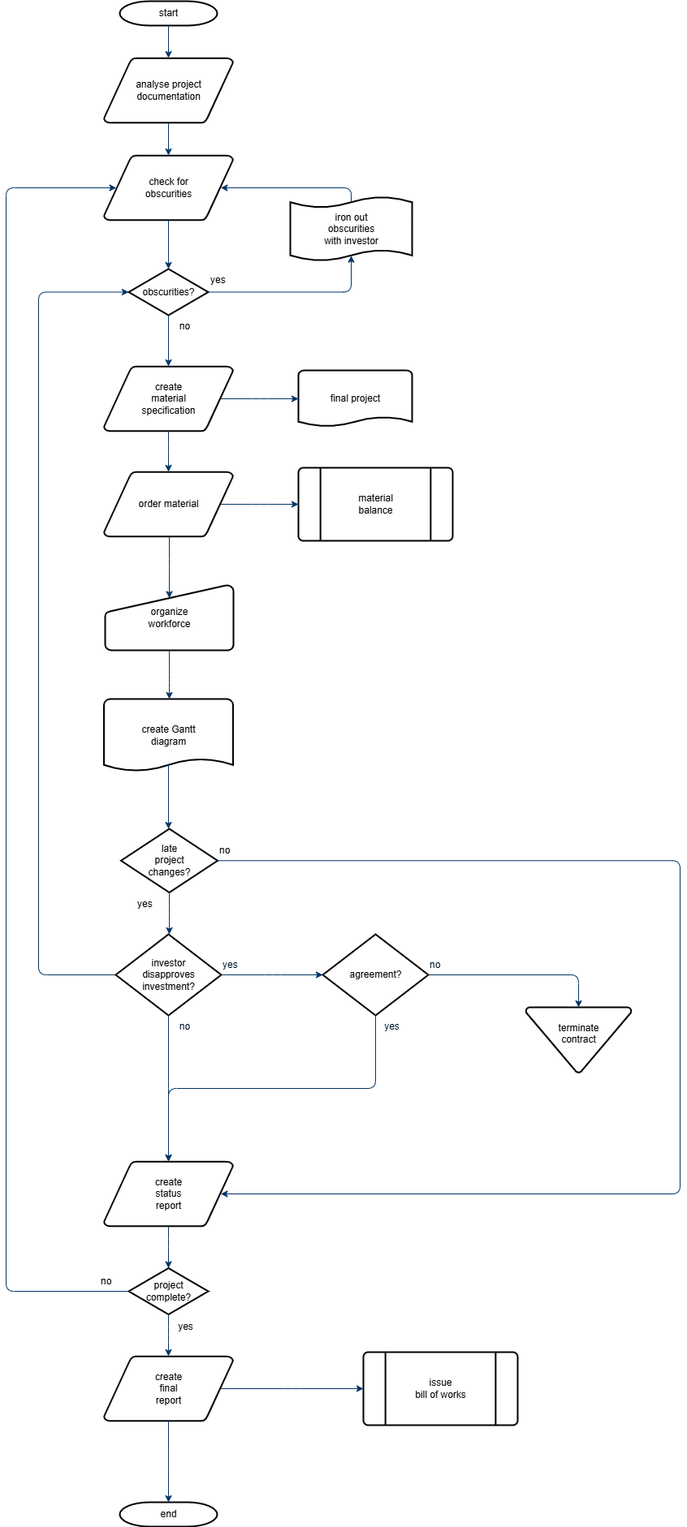
This is lcd_init.png from maple-m117/bysj_etc., a draw.io export, as it was before one commit. Source tidied: cells renumbered, new cells last; positions are measured from the earlier drawing's top-left corner, leaving out a move shared by most shapes. Source of this version:
```xml
<mxGraphModel>
  <root>
    <mxCell id="0" />
    <mxCell id="1" parent="0" />
    <mxCell id="2" value="start" style="shape=mxgraph.flowchart.terminator;strokeWidth=2;gradientColor=none;gradientDirection=north;fontStyle=0;html=1;" parent="1" vertex="1">
      <mxGeometry x="140" width="120" height="30" as="geometry" />
    </mxCell>
    <mxCell id="3" value="analyse project&#10; documentation" style="shape=mxgraph.flowchart.data;strokeWidth=2;gradientColor=none;gradientDirection=north;fontStyle=0;html=1;" parent="1" vertex="1">
      <mxGeometry x="120.5" y="70" width="159" height="80" as="geometry" />
    </mxCell>
    <mxCell id="4" value="create&#10;material&#10;specification" style="shape=mxgraph.flowchart.data;strokeWidth=2;gradientColor=none;gradientDirection=north;fontStyle=0;html=1;" parent="1" vertex="1">
      <mxGeometry x="120.5" y="450" width="159" height="80" as="geometry" />
    </mxCell>
    <mxCell id="5" value="check for&#10;obscurities" style="shape=mxgraph.flowchart.data;strokeWidth=2;gradientColor=none;gradientDirection=north;fontStyle=0;html=1;" parent="1" vertex="1">
      <mxGeometry x="120.5" y="190" width="159" height="80" as="geometry" />
    </mxCell>
    <mxCell id="6" value="obscurities?" style="shape=mxgraph.flowchart.decision;strokeWidth=2;gradientColor=none;gradientDirection=north;fontStyle=0;html=1;" parent="1" vertex="1">
      <mxGeometry x="151" y="330" width="98" height="57" as="geometry" />
    </mxCell>
    <mxCell id="7" style="fontStyle=1;strokeColor=#003366;strokeWidth=1;html=1;" parent="1" edge="1" source="2" target="3">
      <mxGeometry relative="1" as="geometry" />
    </mxCell>
    <mxCell id="8" style="fontStyle=1;strokeColor=#003366;strokeWidth=1;html=1;" parent="1" edge="1" source="3" target="5">
      <mxGeometry relative="1" as="geometry" />
    </mxCell>
    <mxCell id="9" style="entryX=0.5;entryY=0;entryPerimeter=0;fontStyle=1;strokeColor=#003366;strokeWidth=1;html=1;" parent="1" edge="1" source="5" target="6">
      <mxGeometry relative="1" as="geometry" />
    </mxCell>
    <mxCell id="10" style="edgeStyle=elbowEdgeStyle;elbow=horizontal;entryX=0.5;entryY=0.91;entryPerimeter=0;exitX=1;exitY=0.5;exitPerimeter=0;fontStyle=1;strokeColor=#003366;strokeWidth=1;html=1;" parent="1" edge="1" source="6" target="51">
      <mxGeometry x="381" y="28.5" as="geometry">
        <Array as="points">
          <mxPoint x="425" y="340" />
        </Array>
      </mxGeometry>
    </mxCell>
    <mxCell id="11" value="yes" style="text;fontStyle=0;html=1;strokeColor=none;gradientColor=none;fillColor=none;strokeWidth=2;" parent="1" vertex="1">
      <mxGeometry x="250" y="330" width="40" height="26" as="geometry" />
    </mxCell>
    <mxCell id="12" style="edgeStyle=elbowEdgeStyle;elbow=horizontal;fontColor=#001933;fontStyle=1;strokeColor=#003366;strokeWidth=1;html=1;" parent="1" edge="1" source="6" target="4">
      <mxGeometry as="geometry" />
    </mxCell>
    <mxCell id="13" value="order material" style="shape=mxgraph.flowchart.data;strokeWidth=2;gradientColor=none;gradientDirection=north;fontStyle=0;html=1;" parent="1" vertex="1">
      <mxGeometry x="120.5" y="580" width="159" height="80" as="geometry" />
    </mxCell>
    <mxCell id="14" value="no" style="text;fontStyle=0;html=1;strokeColor=none;gradientColor=none;fillColor=none;strokeWidth=2;align=center;" parent="1" vertex="1">
      <mxGeometry x="200" y="387" width="40" height="26" as="geometry" />
    </mxCell>
    <mxCell id="15" value="final project" style="shape=mxgraph.flowchart.document;strokeWidth=2;gradientColor=none;gradientDirection=north;fontStyle=0;html=1;" parent="1" vertex="1">
      <mxGeometry x="360" y="455" width="140" height="70" as="geometry" />
    </mxCell>
    <mxCell id="16" style="edgeStyle=elbowEdgeStyle;elbow=horizontal;exitX=0.905;exitY=0.5;exitPerimeter=0;fontStyle=1;strokeColor=#003366;strokeWidth=1;html=1;" parent="1" edge="1" source="4" target="15">
      <mxGeometry as="geometry" />
    </mxCell>
    <mxCell id="17" style="edgeStyle=elbowEdgeStyle;elbow=horizontal;fontStyle=1;strokeColor=#003366;strokeWidth=1;html=1;" parent="1" edge="1" source="4" target="13">
      <mxGeometry as="geometry" />
    </mxCell>
    <mxCell id="18" value="material&#10;balance" style="shape=mxgraph.flowchart.predefined_process;strokeWidth=2;gradientColor=none;gradientDirection=north;fontStyle=0;html=1;" parent="1" vertex="1">
      <mxGeometry x="360" y="575" width="190" height="90" as="geometry" />
    </mxCell>
    <mxCell id="19" style="edgeStyle=elbowEdgeStyle;elbow=horizontal;exitX=0.905;exitY=0.5;exitPerimeter=0;fontStyle=1;strokeColor=#003366;strokeWidth=1;html=1;" parent="1" edge="1" source="13" target="18">
      <mxGeometry as="geometry" />
    </mxCell>
    <mxCell id="20" value="organize &#10;workforce" style="shape=mxgraph.flowchart.manual_input;strokeWidth=2;gradientColor=none;gradientDirection=north;fontStyle=0;html=1;" parent="1" vertex="1">
      <mxGeometry x="122" y="720" width="158" height="80" as="geometry" />
    </mxCell>
    <mxCell id="21" style="edgeStyle=elbowEdgeStyle;elbow=horizontal;entryX=0.5;entryY=0.195;entryPerimeter=0;fontStyle=1;strokeColor=#003366;strokeWidth=1;html=1;" parent="1" edge="1" source="13" target="20">
      <mxGeometry as="geometry" />
    </mxCell>
    <mxCell id="22" value="create Gantt&#10;diagram" style="shape=mxgraph.flowchart.document;strokeWidth=2;gradientColor=none;gradientDirection=north;fontStyle=0;html=1;" parent="1" vertex="1">
      <mxGeometry x="120.5" y="860" width="159" height="90" as="geometry" />
    </mxCell>
    <mxCell id="23" style="edgeStyle=elbowEdgeStyle;elbow=horizontal;exitX=0.5;exitY=1;exitPerimeter=0;fontStyle=1;strokeColor=#003366;strokeWidth=1;html=1;" parent="1" edge="1" source="20" target="22">
      <mxGeometry as="geometry" />
    </mxCell>
    <mxCell id="24" value="late&#10;project&#10;changes?" style="shape=mxgraph.flowchart.decision;strokeWidth=2;gradientColor=none;gradientDirection=north;fontStyle=0;html=1;" parent="1" vertex="1">
      <mxGeometry x="141.5" y="1020" width="119" height="78.5" as="geometry" />
    </mxCell>
    <mxCell id="25" style="edgeStyle=elbowEdgeStyle;elbow=horizontal;exitX=0.5;exitY=0.9;exitPerimeter=0;fontStyle=1;strokeColor=#003366;strokeWidth=1;html=1;" parent="1" edge="1" source="22" target="24">
      <mxGeometry as="geometry" />
    </mxCell>
    <mxCell id="26" style="edgeStyle=elbowEdgeStyle;elbow=horizontal;exitX=0;exitY=0.5;exitPerimeter=0;entryX=0;entryY=0.5;entryPerimeter=0;fontStyle=1;strokeColor=#003366;strokeWidth=1;html=1;" parent="1" edge="1" source="28" target="6">
      <mxGeometry as="geometry">
        <Array as="points">
          <mxPoint x="40" y="790" />
        </Array>
      </mxGeometry>
    </mxCell>
    <mxCell id="27" value="yes" style="text;fontStyle=0;html=1;strokeColor=none;gradientColor=none;fillColor=none;strokeWidth=2;" parent="1" vertex="1">
      <mxGeometry x="160" y="1098.5" width="40" height="26" as="geometry" />
    </mxCell>
    <mxCell id="28" value="investor&#10;disapproves&#10; investment?" style="shape=mxgraph.flowchart.decision;strokeWidth=2;gradientColor=none;gradientDirection=north;fontStyle=0;html=1;" parent="1" vertex="1">
      <mxGeometry x="135" y="1150" width="130" height="100" as="geometry" />
    </mxCell>
    <mxCell id="29" value="agreement?" style="shape=mxgraph.flowchart.decision;strokeWidth=2;gradientColor=none;gradientDirection=north;fontStyle=0;html=1;" parent="1" vertex="1">
      <mxGeometry x="390" y="1150" width="130" height="100" as="geometry" />
    </mxCell>
    <mxCell id="30" style="edgeStyle=elbowEdgeStyle;elbow=horizontal;exitX=0.5;exitY=1;exitPerimeter=0;fontStyle=1;strokeColor=#003366;strokeWidth=1;html=1;" parent="1" edge="1" source="24" target="28">
      <mxGeometry as="geometry" />
    </mxCell>
    <mxCell id="31" style="edgeStyle=elbowEdgeStyle;elbow=horizontal;exitX=1;exitY=0.5;exitPerimeter=0;entryX=0;entryY=0.5;entryPerimeter=0;fontStyle=1;strokeColor=#003366;strokeWidth=1;html=1;" parent="1" edge="1" source="28" target="29">
      <mxGeometry as="geometry" />
    </mxCell>
    <mxCell id="32" value="terminate&#10;contract&#10;" style="shape=mxgraph.flowchart.merge_or_storage;strokeWidth=2;gradientColor=none;gradientDirection=north;fontStyle=0;html=1;" parent="1" vertex="1">
      <mxGeometry x="640" y="1240" width="130" height="80.5" as="geometry" />
    </mxCell>
    <mxCell id="33" style="edgeStyle=elbowEdgeStyle;elbow=vertical;exitX=1;exitY=0.5;exitPerimeter=0;entryX=0.5;entryY=0;entryPerimeter=0;fontStyle=1;strokeColor=#003366;strokeWidth=1;html=1;" parent="1" edge="1" source="29" target="32">
      <mxGeometry as="geometry">
        <Array as="points">
          <mxPoint x="620" y="1200" />
        </Array>
      </mxGeometry>
    </mxCell>
    <mxCell id="34" value="create&#10;status&#10;report" style="shape=mxgraph.flowchart.data;strokeWidth=2;gradientColor=none;gradientDirection=north;fontStyle=0;html=1;" parent="1" vertex="1">
      <mxGeometry x="120.5" y="1430" width="159" height="80" as="geometry" />
    </mxCell>
    <mxCell id="35" style="edgeStyle=elbowEdgeStyle;elbow=vertical;exitX=0.5;exitY=1;exitPerimeter=0;fontColor=#001933;fontStyle=1;strokeColor=#003366;strokeWidth=1;html=1;" parent="1" edge="1" source="28" target="34">
      <mxGeometry as="geometry" />
    </mxCell>
    <mxCell id="36" style="edgeStyle=elbowEdgeStyle;elbow=vertical;exitX=0.5;exitY=1;exitPerimeter=0;entryX=0.5;entryY=0;entryPerimeter=0;fontStyle=1;strokeColor=#003366;strokeWidth=1;html=1;" parent="1" edge="1" source="29" target="34">
      <mxGeometry as="geometry" />
    </mxCell>
    <mxCell id="37" value="project&#10;complete?" style="shape=mxgraph.flowchart.decision;strokeWidth=2;gradientColor=none;gradientDirection=north;fontStyle=0;html=1;" parent="1" vertex="1">
      <mxGeometry x="151" y="1561.5" width="98" height="57" as="geometry" />
    </mxCell>
    <mxCell id="38" value="create&#10;final&#10;report" style="shape=mxgraph.flowchart.data;strokeWidth=2;gradientColor=none;gradientDirection=north;fontStyle=0;html=1;" parent="1" vertex="1">
      <mxGeometry x="120.5" y="1670" width="159" height="80" as="geometry" />
    </mxCell>
    <mxCell id="39" value="issue&#10;bill of works" style="shape=mxgraph.flowchart.predefined_process;strokeWidth=2;gradientColor=none;gradientDirection=north;fontStyle=0;html=1;" parent="1" vertex="1">
      <mxGeometry x="440" y="1665" width="190" height="90" as="geometry" />
    </mxCell>
    <mxCell id="40" value="end" style="shape=mxgraph.flowchart.terminator;strokeWidth=2;gradientColor=none;gradientDirection=north;fontStyle=0;html=1;" parent="1" vertex="1">
      <mxGeometry x="140" y="1850" width="120" height="30" as="geometry" />
    </mxCell>
    <mxCell id="41" style="edgeStyle=elbowEdgeStyle;elbow=vertical;exitX=0.5;exitY=1;exitPerimeter=0;entryX=0.5;entryY=0;entryPerimeter=0;fontStyle=1;strokeColor=#003366;strokeWidth=1;html=1;" parent="1" edge="1" source="34" target="37">
      <mxGeometry as="geometry" />
    </mxCell>
    <mxCell id="42" style="edgeStyle=elbowEdgeStyle;elbow=vertical;exitX=0.5;exitY=1;exitPerimeter=0;entryX=0.5;entryY=0;entryPerimeter=0;fontStyle=1;strokeColor=#003366;strokeWidth=1;html=1;" parent="1" edge="1" source="37" target="38">
      <mxGeometry as="geometry" />
    </mxCell>
    <mxCell id="43" style="edgeStyle=elbowEdgeStyle;elbow=vertical;exitX=0.5;exitY=1;exitPerimeter=0;entryX=0.5;entryY=0;entryPerimeter=0;fontStyle=1;strokeColor=#003366;strokeWidth=1;html=1;" parent="1" edge="1" source="38" target="40">
      <mxGeometry as="geometry" />
    </mxCell>
    <mxCell id="44" style="edgeStyle=elbowEdgeStyle;elbow=vertical;exitX=0.905;exitY=0.5;exitPerimeter=0;entryX=0;entryY=0.5;entryPerimeter=0;fontStyle=1;strokeColor=#003366;strokeWidth=1;html=1;" parent="1" edge="1" source="38" target="39">
      <mxGeometry as="geometry" />
    </mxCell>
    <mxCell id="45" style="edgeStyle=elbowEdgeStyle;elbow=horizontal;exitX=1;exitY=0.5;exitPerimeter=0;entryX=0.905;entryY=0.5;entryPerimeter=0;fontStyle=1;strokeColor=#003366;strokeWidth=1;html=1;" parent="1" edge="1" source="24" target="34">
      <mxGeometry as="geometry">
        <Array as="points">
          <mxPoint x="830" y="1260" />
        </Array>
      </mxGeometry>
    </mxCell>
    <mxCell id="46" value="no" style="text;fontStyle=0;html=1;strokeColor=none;gradientColor=none;fillColor=none;strokeWidth=2;" parent="1" vertex="1">
      <mxGeometry x="260.5" y="1033.2" width="40" height="26" as="geometry" />
    </mxCell>
    <mxCell id="47" value="yes" style="text;fontColor=#001933;fontStyle=0;html=1;strokeColor=none;gradientColor=none;fillColor=none;strokeWidth=2;" parent="1" vertex="1">
      <mxGeometry x="265" y="1174" width="40" height="26" as="geometry" />
    </mxCell>
    <mxCell id="48" value="no" style="text;fontColor=#001933;fontStyle=0;html=1;strokeColor=none;gradientColor=none;fillColor=none;strokeWidth=2;align=center;" parent="1" vertex="1">
      <mxGeometry x="200" y="1250" width="40" height="26" as="geometry" />
    </mxCell>
    <mxCell id="49" value="yes" style="text;fontColor=#001933;fontStyle=0;html=1;strokeColor=none;gradientColor=none;fillColor=none;strokeWidth=2;align=center;" parent="1" vertex="1">
      <mxGeometry x="455" y="1250" width="40" height="26" as="geometry" />
    </mxCell>
    <mxCell id="50" value="no" style="text;fontColor=#001933;fontStyle=0;html=1;strokeColor=none;gradientColor=none;fillColor=none;strokeWidth=2;" parent="1" vertex="1">
      <mxGeometry x="520" y="1174" width="40" height="26" as="geometry" />
    </mxCell>
    <mxCell id="51" value="iron out&#10;obscurities &#10;with investor" style="shape=mxgraph.flowchart.paper_tape;strokeWidth=2;gradientColor=none;gradientDirection=north;fontStyle=0;html=1;" parent="1" vertex="1">
      <mxGeometry x="350" y="240" width="150" height="81" as="geometry" />
    </mxCell>
    <mxCell id="52" style="edgeStyle=elbowEdgeStyle;elbow=horizontal;exitX=0.5;exitY=0.09;exitPerimeter=0;entryX=0.905;entryY=0.5;entryPerimeter=0;fontStyle=1;strokeColor=#003366;strokeWidth=1;html=1;" parent="1" edge="1" source="51" target="5">
      <mxGeometry as="geometry">
        <Array as="points">
          <mxPoint x="425" y="240" />
        </Array>
      </mxGeometry>
    </mxCell>
    <mxCell id="53" value="yes" style="text;fontStyle=0;html=1;strokeColor=none;gradientColor=none;fillColor=none;strokeWidth=2;align=center;" parent="1" vertex="1">
      <mxGeometry x="201" y="1620" width="40" height="26" as="geometry" />
    </mxCell>
    <mxCell id="54" style="edgeStyle=elbowEdgeStyle;elbow=horizontal;exitX=0;exitY=0.5;exitPerimeter=0;entryX=0.095;entryY=0.5;entryPerimeter=0;fontStyle=1;strokeColor=#003366;strokeWidth=1;html=1;" parent="1" edge="1" source="37" target="5">
      <mxGeometry as="geometry">
        <Array as="points">
          <mxPoint y="910" />
        </Array>
      </mxGeometry>
    </mxCell>
    <mxCell id="55" value="no" style="text;fontStyle=0;html=1;strokeColor=none;gradientColor=none;fillColor=none;strokeWidth=2;" parent="1" vertex="1">
      <mxGeometry x="115" y="1564" width="40" height="26" as="geometry" />
    </mxCell>
  </root>
</mxGraphModel>
```
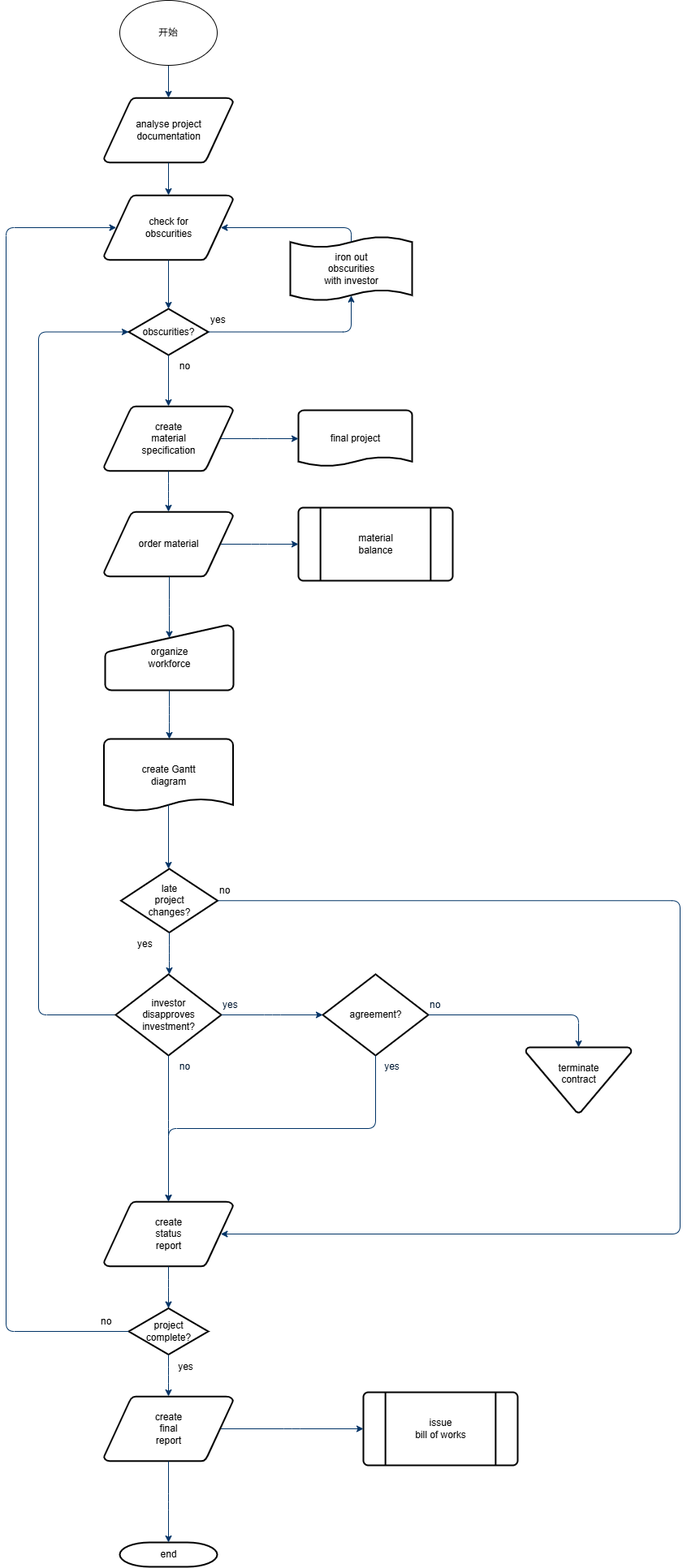
The same file after the commit.

Change to the diagram source:
```diff
@@ -2,9 +2,6 @@
   <root>
     <mxCell id="0" />
     <mxCell id="1" parent="0" />
-    <mxCell id="2" value="start" style="shape=mxgraph.flowchart.terminator;strokeWidth=2;gradientColor=none;gradientDirection=north;fontStyle=0;html=1;" parent="1" vertex="1">
-      <mxGeometry x="140" width="120" height="30" as="geometry" />
-    </mxCell>
     <mxCell id="3" value="analyse project&#10; documentation" style="shape=mxgraph.flowchart.data;strokeWidth=2;gradientColor=none;gradientDirection=north;fontStyle=0;html=1;" parent="1" vertex="1">
       <mxGeometry x="120.5" y="70" width="159" height="80" as="geometry" />
     </mxCell>
@@ -17,8 +14,10 @@
     <mxCell id="6" value="obscurities?" style="shape=mxgraph.flowchart.decision;strokeWidth=2;gradientColor=none;gradientDirection=north;fontStyle=0;html=1;" parent="1" vertex="1">
       <mxGeometry x="151" y="330" width="98" height="57" as="geometry" />
     </mxCell>
-    <mxCell id="7" style="fontStyle=1;strokeColor=#003366;strokeWidth=1;html=1;" parent="1" edge="1" source="2" target="3">
-      <mxGeometry relative="1" as="geometry" />
+    <mxCell id="7" style="fontStyle=1;strokeColor=#003366;strokeWidth=1;html=1;" parent="1" edge="1" target="3">
+      <mxGeometry relative="1" as="geometry">
+        <mxPoint x="200" y="30" as="sourcePoint" />
+      </mxGeometry>
     </mxCell>
     <mxCell id="8" style="fontStyle=1;strokeColor=#003366;strokeWidth=1;html=1;" parent="1" edge="1" source="3" target="5">
       <mxGeometry relative="1" as="geometry" />
@@ -188,5 +187,8 @@
     <mxCell id="55" value="no" style="text;fontStyle=0;html=1;strokeColor=none;gradientColor=none;fillColor=none;strokeWidth=2;" parent="1" vertex="1">
       <mxGeometry x="115" y="1564" width="40" height="26" as="geometry" />
     </mxCell>
+    <mxCell id="56" value="开始" style="ellipse;whiteSpace=wrap;html=1;" parent="1" vertex="1">
+      <mxGeometry x="140" y="-50" width="120" height="80" as="geometry" />
+    </mxCell>
   </root>
 </mxGraphModel>
```
